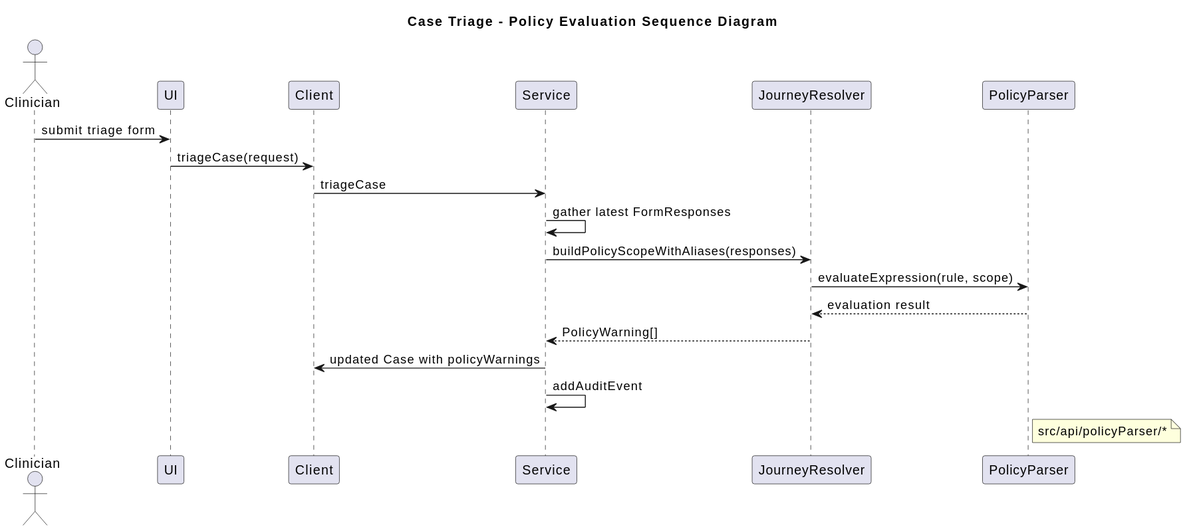
Above: docs/diagrams/policy-evaluation-sequence.svg in gforge/DUK (PlantUML), before the change. The source it was exported from:
```plantuml
@startuml

title Case Triage - Policy Evaluation Sequence Diagram

actor Clinician
participant "UI" as UI
participant "Client" as Client
participant "Service" as Service
participant "JourneyResolver" as JR
participant "PolicyParser" as PP

Clinician -> UI : submit triage form
UI -> Client : triageCase(request)
Client -> Service : triageCase
Service -> Service : gather latest FormResponses
Service -> JR : buildPolicyScopeWithAliases(responses)
JR -> PP : evaluateExpression(rule, scope)
PP --> JR : evaluation result
JR --> Service : PolicyWarning[]
Service -> Client : updated Case with policyWarnings
Service -> Service : addAuditEvent

note right of PP: src/api/policyParser/*
@enduml
```
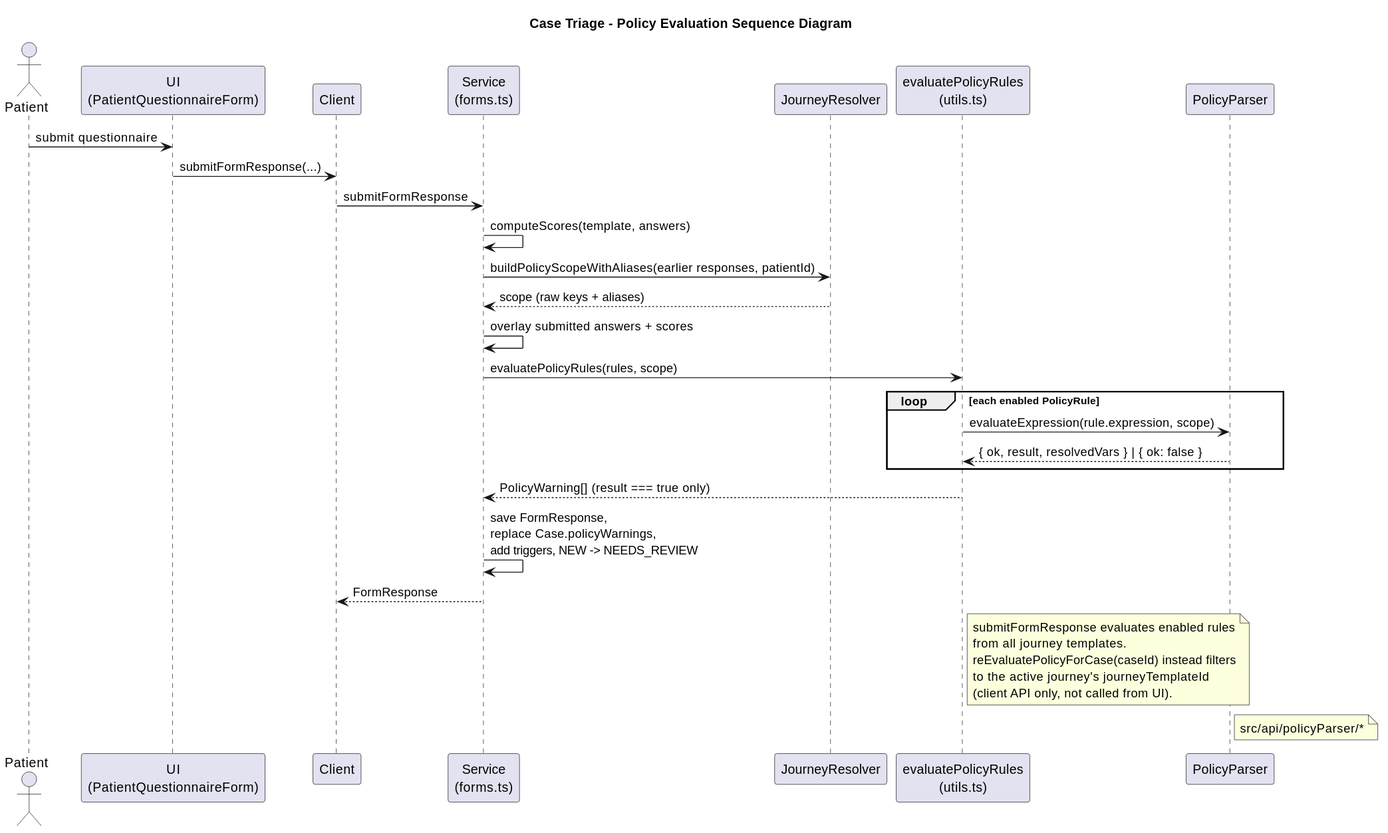
Later version of the same file.

What changed in the source:
```diff
@@ -2,23 +2,37 @@
 
 title Case Triage - Policy Evaluation Sequence Diagram
 
-actor Clinician
-participant "UI" as UI
+actor Patient
+participant "UI\n(PatientQuestionnaireForm)" as UI
 participant "Client" as Client
-participant "Service" as Service
+participant "Service\n(forms.ts)" as Service
 participant "JourneyResolver" as JR
+participant "evaluatePolicyRules\n(utils.ts)" as Eval
 participant "PolicyParser" as PP
 
-Clinician -> UI : submit triage form
-UI -> Client : triageCase(request)
-Client -> Service : triageCase
-Service -> Service : gather latest FormResponses
-Service -> JR : buildPolicyScopeWithAliases(responses)
-JR -> PP : evaluateExpression(rule, scope)
-PP --> JR : evaluation result
-JR --> Service : PolicyWarning[]
-Service -> Client : updated Case with policyWarnings
-Service -> Service : addAuditEvent
+Patient -> UI : submit questionnaire
+UI -> Client : submitFormResponse(...)
+Client -> Service : submitFormResponse
+Service -> Service : computeScores(template, answers)
+Service -> JR : buildPolicyScopeWithAliases(earlier responses, patientId)
+JR --> Service : scope (raw keys + aliases)
+Service -> Service : overlay submitted answers + scores
+Service -> Eval : evaluatePolicyRules(rules, scope)
+loop each enabled PolicyRule
+  Eval -> PP : evaluateExpression(rule.expression, scope)
+  PP --> Eval : { ok, result, resolvedVars } | { ok: false }
+end
+Eval --> Service : PolicyWarning[] (result === true only)
+Service -> Service : save FormResponse,\nreplace Case.policyWarnings,\nadd triggers, NEW -> NEEDS_REVIEW
+Service --> Client : FormResponse
+
+note right of Eval
+  submitFormResponse evaluates enabled rules
+  from all journey templates.
+  reEvaluatePolicyForCase(caseId) instead filters
+  to the active journey's journeyTemplateId
+  (client API only, not called from UI).
+end note
 
 note right of PP: src/api/policyParser/*
 @enduml
```
